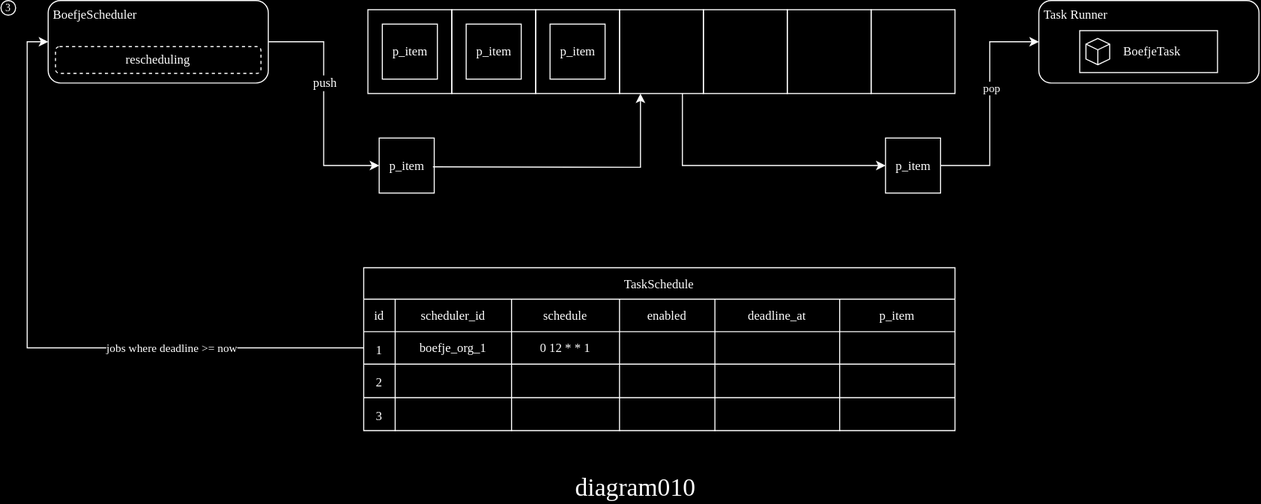
minvws/nl-kat-coordination keeps this draw.io diagram as mula/docs/img/diagram010.svg. Above is the earlier version. Source tidied: cells renumbered, new cells last; positions are measured from the earlier drawing's top-left corner, leaving out a move shared by most shapes.
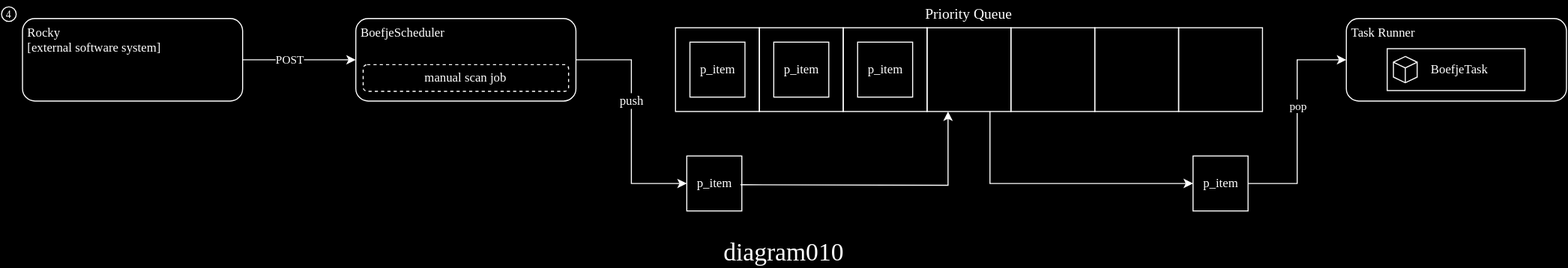
Later version of the same file.

What changed in the source:
```diff
@@ -2,43 +2,43 @@
   <root>
     <mxCell id="0" />
     <mxCell id="1" parent="0" />
-    <mxCell id="2" style="group;" parent="1" vertex="1">
-      <mxGeometry width="1200" height="480" as="geometry" />
+    <mxCell id="2" value="&lt;font face=&quot;Hack&quot; style=&quot;font-size: 24px;&quot;&gt;diagram010&lt;br&gt;&lt;/font&gt;" style="text;html=1;strokeColor=none;fillColor=none;align=center;verticalAlign=middle;whiteSpace=wrap;rounded=0;fontSize=24;" parent="1" vertex="1">
+      <mxGeometry width="181.3" height="30" as="geometry" />
     </mxCell>
-    <mxCell id="3" value="&lt;font face=&quot;Hack&quot; style=&quot;font-size: 24px;&quot;&gt;diagram010&lt;br&gt;&lt;/font&gt;" style="text;html=1;strokeColor=none;fillColor=none;align=center;verticalAlign=middle;whiteSpace=wrap;rounded=0;fontSize=24;" parent="2" vertex="1">
-      <mxGeometry x="515" y="450" width="181.3" height="30" as="geometry" />
+    <mxCell id="3" style="group;" parent="1" vertex="1">
+      <mxGeometry x="-655.9" y="-226" width="1493" height="201" as="geometry" />
     </mxCell>
-    <mxCell id="4" style="group;" parent="2" vertex="1">
-      <mxGeometry width="1200" height="410.5" as="geometry" />
+    <mxCell id="4" style="edgeStyle=orthogonalEdgeStyle;rounded=0;jettySize=auto;html=1;exitX=1;exitY=0.5;exitDx=0;exitDy=0;entryX=0.25;entryY=1;entryDx=0;entryDy=0;" parent="3" edge="1" target="17">
+      <mxGeometry relative="1" as="geometry">
+        <mxPoint x="705" y="176" as="sourcePoint" />
+      </mxGeometry>
     </mxCell>
-    <mxCell id="5" style="edgeStyle=orthogonalEdgeStyle;rounded=0;jettySize=auto;html=1;exitX=1;exitY=0.5;exitDx=0;exitDy=0;entryX=0.25;entryY=1;entryDx=0;entryDy=0;" parent="4" edge="1" target="17">
-      <mxGeometry relative="1" as="geometry">
-        <mxPoint x="412" y="158.7" as="sourcePoint" />
-      </mxGeometry>
+    <mxCell id="5" value="&lt;font face=&quot;Hack&quot; style=&quot;font-size: 14px;&quot;&gt;Priority Queue&lt;/font&gt;" style="text;html=1;strokeColor=none;fillColor=none;align=center;verticalAlign=middle;whiteSpace=wrap;rounded=0;fontSize=14;" parent="3" vertex="1">
+      <mxGeometry x="643" width="560" height="26" as="geometry" />
     </mxCell>
-    <mxCell id="6" value="&lt;font style=&quot;font-size: 12px;&quot;&gt;p_item&lt;/font&gt;" style="whiteSpace=wrap;html=1;fontFamily=Hack;fontSource=https%3A%2F%2Ffonts.googleapis.com%2Fcss%3Ffamily%3DHack;fontSize=7;fillColor=none;" parent="4" vertex="1">
-      <mxGeometry x="360.8" y="131.2" width="52.5" height="52.5" as="geometry" />
+    <mxCell id="6" value="&lt;font style=&quot;font-size: 12px;&quot;&gt;p_item&lt;/font&gt;" style="whiteSpace=wrap;html=1;fontFamily=Hack;fontSource=https%3A%2F%2Ffonts.googleapis.com%2Fcss%3Ffamily%3DHack;fontSize=7;fillColor=none;" parent="3" vertex="1">
+      <mxGeometry x="653.8" y="148.5" width="52.5" height="52.5" as="geometry" />
     </mxCell>
-    <mxCell id="7" style="edgeStyle=orthogonalEdgeStyle;rounded=0;jettySize=auto;html=1;exitX=1;exitY=0.5;exitDx=0;exitDy=0;entryX=0;entryY=0.5;entryDx=0;entryDy=0;" parent="4" edge="1" source="29" target="6">
+    <mxCell id="7" style="edgeStyle=orthogonalEdgeStyle;rounded=0;jettySize=auto;html=1;exitX=1;exitY=0.5;exitDx=0;exitDy=0;entryX=0;entryY=0.5;entryDx=0;entryDy=0;" parent="3" edge="1" source="29" target="6">
       <mxGeometry relative="1" as="geometry" />
     </mxCell>
     <mxCell id="8" value="&lt;font style=&quot;font-size: 12px;&quot; face=&quot;Hack&quot;&gt;push&lt;br&gt;&lt;/font&gt;" style="edgeLabel;html=1;align=center;verticalAlign=middle;" parent="7" vertex="1">
       <mxGeometry x="-0.18" relative="1" as="geometry" />
     </mxCell>
-    <mxCell id="9" value="&lt;font style=&quot;font-size: 12px;&quot;&gt;p_item&lt;/font&gt;" style="whiteSpace=wrap;html=1;fontFamily=Hack;fontSource=https%3A%2F%2Ffonts.googleapis.com%2Fcss%3Ffamily%3DHack;fontSize=7;fillColor=none;" parent="4" vertex="1">
-      <mxGeometry x="843.8" y="131.2" width="52.5" height="52.5" as="geometry" />
+    <mxCell id="9" value="&lt;font style=&quot;font-size: 12px;&quot;&gt;p_item&lt;/font&gt;" style="whiteSpace=wrap;html=1;fontFamily=Hack;fontSource=https%3A%2F%2Ffonts.googleapis.com%2Fcss%3Ffamily%3DHack;fontSize=7;fillColor=none;" parent="3" vertex="1">
+      <mxGeometry x="1136.7" y="148.5" width="52.5" height="52.5" as="geometry" />
     </mxCell>
-    <mxCell id="10" value="&lt;font face=&quot;Hack&quot;&gt;&amp;nbsp;Task Runner&lt;/font&gt;" style="rounded=1;whiteSpace=wrap;html=1;align=left;verticalAlign=top;fillColor=none;" parent="4" vertex="1">
-      <mxGeometry x="990" width="210" height="78.8" as="geometry" />
+    <mxCell id="10" value="&lt;font face=&quot;Hack&quot;&gt;&amp;nbsp;Task Runner&lt;/font&gt;" style="rounded=1;whiteSpace=wrap;html=1;align=left;verticalAlign=top;fillColor=none;" parent="3" vertex="1">
+      <mxGeometry x="1283" y="17.2" width="210" height="78.8" as="geometry" />
     </mxCell>
-    <mxCell id="11" style="edgeStyle=orthogonalEdgeStyle;rounded=0;jettySize=auto;html=1;entryX=0;entryY=0.5;entryDx=0;entryDy=0;exitX=1;exitY=0.5;exitDx=0;exitDy=0;" parent="4" edge="1" source="9" target="10">
+    <mxCell id="11" style="edgeStyle=orthogonalEdgeStyle;rounded=0;jettySize=auto;html=1;entryX=0;entryY=0.5;entryDx=0;entryDy=0;exitX=1;exitY=0.5;exitDx=0;exitDy=0;" parent="3" edge="1" source="9" target="10">
       <mxGeometry relative="1" as="geometry" />
     </mxCell>
     <mxCell id="12" value="&lt;font face=&quot;Hack&quot;&gt;pop&lt;br&gt;&lt;/font&gt;" style="edgeLabel;html=1;align=center;verticalAlign=middle;" parent="11" vertex="1">
       <mxGeometry x="0.15" y="-1" relative="1" as="geometry" />
     </mxCell>
-    <mxCell id="13" style="group;" parent="4" vertex="1">
-      <mxGeometry x="350" y="8.8" width="480" height="80" as="geometry" />
+    <mxCell id="13" style="group;" parent="3" vertex="1">
+      <mxGeometry x="643" y="26" width="480" height="80" as="geometry" />
     </mxCell>
     <mxCell id="14" style="whiteSpace=wrap;html=1;fillColor=none;" parent="13" vertex="1">
       <mxGeometry width="80" height="80" as="geometry" />
@@ -67,14 +67,14 @@
     <mxCell id="22" value="&lt;font style=&quot;font-size: 12px;&quot;&gt;p_item&lt;/font&gt;" style="whiteSpace=wrap;html=1;fontFamily=Hack;fontSource=https%3A%2F%2Ffonts.googleapis.com%2Fcss%3Ffamily%3DHack;fontSize=7;fillColor=none;" parent="13" vertex="1">
       <mxGeometry x="173.7" y="13.8" width="52.5" height="52.5" as="geometry" />
     </mxCell>
-    <mxCell id="23" style="edgeStyle=orthogonalEdgeStyle;rounded=0;jettySize=auto;html=1;exitX=0.75;exitY=1;exitDx=0;exitDy=0;entryX=0;entryY=0.5;entryDx=0;entryDy=0;" parent="4" edge="1" source="17" target="9">
+    <mxCell id="23" style="edgeStyle=orthogonalEdgeStyle;rounded=0;jettySize=auto;html=1;exitX=0.75;exitY=1;exitDx=0;exitDy=0;entryX=0;entryY=0.5;entryDx=0;entryDy=0;" parent="3" edge="1" source="17" target="9">
       <mxGeometry relative="1" as="geometry" />
     </mxCell>
-    <mxCell id="24" style="whiteSpace=wrap;html=1;fillColor=none;" parent="4" vertex="1">
-      <mxGeometry x="830" y="8.8" width="80" height="80" as="geometry" />
+    <mxCell id="24" style="whiteSpace=wrap;html=1;fillColor=none;" parent="3" vertex="1">
+      <mxGeometry x="1123" y="26" width="80" height="80" as="geometry" />
     </mxCell>
-    <mxCell id="25" style="group;" parent="4" vertex="1">
-      <mxGeometry x="1029" y="28.8" width="131.4" height="40" as="geometry" />
+    <mxCell id="25" style="group;" parent="3" vertex="1">
+      <mxGeometry x="1322" y="46" width="131.4" height="40" as="geometry" />
     </mxCell>
     <mxCell id="26" style="rounded=0;whiteSpace=wrap;html=1;align=left;fillColor=none;" parent="25" vertex="1">
       <mxGeometry width="131.4" height="40" as="geometry" />
@@ -85,109 +85,23 @@
     <mxCell id="28" value="&lt;font face=&quot;Hack&quot;&gt;BoefjeTask&lt;/font&gt;" style="text;html=1;strokeColor=none;fillColor=none;align=left;verticalAlign=middle;whiteSpace=wrap;rounded=0;" parent="25" vertex="1">
       <mxGeometry x="40" y="2.9" width="91.4" height="34.3" as="geometry" />
     </mxCell>
-    <mxCell id="29" value="&amp;nbsp;BoefjeScheduler" style="rounded=1;align=left;verticalAlign=top;labelBackgroundColor=none;whiteSpace=wrap;html=1;labelBorderColor=none;fillStyle=auto;fillColor=none;fontFamily=Hack;fontSource=https%3A%2F%2Ffonts.googleapis.com%2Fcss%3Ffamily%3DHack;" parent="4" vertex="1">
-      <mxGeometry x="45" width="210" height="78.8" as="geometry" />
+    <mxCell id="29" value="&amp;nbsp;BoefjeScheduler" style="rounded=1;align=left;verticalAlign=top;labelBackgroundColor=none;whiteSpace=wrap;html=1;labelBorderColor=none;fillStyle=auto;fillColor=none;fontFamily=Hack;fontSource=https%3A%2F%2Ffonts.googleapis.com%2Fcss%3Ffamily%3DHack;" parent="3" vertex="1">
+      <mxGeometry x="338" y="17.2" width="210" height="78.8" as="geometry" />
     </mxCell>
-    <mxCell id="30" value="rescheduling" style="rounded=1;whiteSpace=wrap;html=1;fillColor=none;dashed=1;fontFamily=Hack;fontSource=https%3A%2F%2Ffonts.googleapis.com%2Fcss%3Ffamily%3DHack;" parent="4" vertex="1">
-      <mxGeometry x="52" y="44" width="196" height="25.5" as="geometry" />
+    <mxCell id="30" value="manual scan job" style="rounded=1;whiteSpace=wrap;html=1;fillColor=none;dashed=1;fontFamily=Hack;fontSource=https%3A%2F%2Ffonts.googleapis.com%2Fcss%3Ffamily%3DHack;" parent="3" vertex="1">
+      <mxGeometry x="345" y="61.2" width="196" height="25.5" as="geometry" />
     </mxCell>
-    <mxCell id="31" value="TaskSchedule" style="shape=table;startSize=30;strokeColor=default;fontSize=12;fontFamily=Hack;fontSource=https%3A%2F%2Ffonts.googleapis.com%2Fcss%3Ffamily%3DHack;" parent="4" vertex="1">
-      <mxGeometry x="346" y="255" width="564" height="155.5" as="geometry" />
+    <mxCell id="31" style="edgeStyle=orthogonalEdgeStyle;rounded=0;jettySize=auto;html=1;exitX=1;exitY=0.5;exitDx=0;exitDy=0;entryX=0;entryY=0.5;entryDx=0;entryDy=0;" parent="3" edge="1" source="33" target="29">
+      <mxGeometry relative="1" as="geometry" />
     </mxCell>
-    <mxCell id="32" style="shape=tableRow;horizontal=0;startSize=0;swimlaneHead=0;swimlaneBody=0;strokeColor=inherit;top=0;left=0;bottom=0;right=0;fillColor=none;fontSize=16;" parent="31" vertex="1">
-      <mxGeometry y="30" width="564" height="31" as="geometry" />
+    <mxCell id="32" value="&lt;font face=&quot;Hack&quot;&gt;POST&lt;br&gt;&lt;/font&gt;" style="edgeLabel;html=1;align=center;verticalAlign=middle;" parent="31" vertex="1">
+      <mxGeometry x="-0.17" relative="1" as="geometry" />
     </mxCell>
-    <mxCell id="33" value="id" style="shape=partialRectangle;html=1;whiteSpace=wrap;strokeColor=inherit;overflow=hidden;fillColor=none;top=0;left=0;bottom=0;right=0;fontSize=12;fontFamily=Hack;fontSource=https%3A%2F%2Ffonts.googleapis.com%2Fcss%3Ffamily%3DHack;" parent="32" vertex="1">
-      <mxGeometry width="30" height="31" as="geometry" />
+    <mxCell id="33" value="&lt;font face=&quot;Hack&quot;&gt;&amp;nbsp;Rocky&lt;br&gt;&amp;nbsp;[external software system]&lt;br&gt;&lt;/font&gt;" style="rounded=1;whiteSpace=wrap;html=1;align=left;verticalAlign=top;fillColor=none;" parent="3" vertex="1">
+      <mxGeometry x="20" y="17.2" width="210" height="78.8" as="geometry" />
     </mxCell>
-    <mxCell id="34" value="scheduler_id" style="shape=partialRectangle;html=1;whiteSpace=wrap;strokeColor=inherit;overflow=hidden;fillColor=none;top=0;left=0;bottom=0;right=0;fontSize=12;fontFamily=Hack;fontSource=https%3A%2F%2Ffonts.googleapis.com%2Fcss%3Ffamily%3DHack;" parent="32" vertex="1">
-      <mxGeometry x="30" width="111" height="31" as="geometry" />
+    <mxCell id="34" value="&lt;font face=&quot;Hack&quot; style=&quot;font-size: 10px;&quot;&gt;4&lt;/font&gt;" style="ellipse;whiteSpace=wrap;html=1;fillColor=none;" parent="3" vertex="1">
+      <mxGeometry y="6" width="14" height="14" as="geometry" />
     </mxCell>
-    <mxCell id="35" value="schedule" style="shape=partialRectangle;html=1;whiteSpace=wrap;strokeColor=inherit;overflow=hidden;fillColor=none;top=0;left=0;bottom=0;right=0;fontSize=12;fontFamily=Hack;fontSource=https%3A%2F%2Ffonts.googleapis.com%2Fcss%3Ffamily%3DHack;" parent="32" vertex="1">
-      <mxGeometry x="141" width="103" height="31" as="geometry" />
-    </mxCell>
-    <mxCell id="36" value="enabled" style="shape=partialRectangle;html=1;whiteSpace=wrap;strokeColor=inherit;overflow=hidden;fillColor=none;top=0;left=0;bottom=0;right=0;fontSize=12;fontFamily=Hack;fontSource=https%3A%2F%2Ffonts.googleapis.com%2Fcss%3Ffamily%3DHack;" parent="32" vertex="1">
-      <mxGeometry x="244" width="91" height="31" as="geometry" />
-    </mxCell>
-    <mxCell id="37" value="deadline_at" style="shape=partialRectangle;html=1;whiteSpace=wrap;strokeColor=inherit;overflow=hidden;fillColor=none;top=0;left=0;bottom=0;right=0;fontSize=12;fontFamily=Hack;fontSource=https%3A%2F%2Ffonts.googleapis.com%2Fcss%3Ffamily%3DHack;" parent="32" vertex="1">
-      <mxGeometry x="335" width="119" height="31" as="geometry" />
-    </mxCell>
-    <mxCell id="38" value="p_item" style="shape=partialRectangle;html=1;whiteSpace=wrap;strokeColor=inherit;overflow=hidden;fillColor=none;top=0;left=0;bottom=0;right=0;fontSize=12;fontFamily=Hack;fontSource=https%3A%2F%2Ffonts.googleapis.com%2Fcss%3Ffamily%3DHack;" parent="32" vertex="1">
-      <mxGeometry x="454" width="110" height="31" as="geometry" />
-    </mxCell>
-    <mxCell id="39" style="shape=tableRow;horizontal=0;startSize=0;swimlaneHead=0;swimlaneBody=0;strokeColor=inherit;top=0;left=0;bottom=0;right=0;fillColor=none;points=[[0,0.5],[1,0.5]];portConstraint=eastwest;fontSize=16;" parent="31" vertex="1">
-      <mxGeometry y="61" width="564" height="31" as="geometry" />
-    </mxCell>
-    <mxCell id="40" value="&lt;font style=&quot;font-size: 12px;&quot;&gt;1&lt;/font&gt;" style="shape=partialRectangle;html=1;whiteSpace=wrap;strokeColor=inherit;overflow=hidden;fillColor=none;top=0;left=0;bottom=0;right=0;fontSize=16;fontFamily=Hack;fontSource=https%3A%2F%2Ffonts.googleapis.com%2Fcss%3Ffamily%3DHack;" parent="39" vertex="1">
-      <mxGeometry width="30" height="31" as="geometry" />
-    </mxCell>
-    <mxCell id="41" value="boefje_org_1" style="shape=partialRectangle;html=1;whiteSpace=wrap;strokeColor=inherit;overflow=hidden;fillColor=none;top=0;left=0;bottom=0;right=0;fontSize=12;fontFamily=Hack;fontSource=https%3A%2F%2Ffonts.googleapis.com%2Fcss%3Ffamily%3DHack;" parent="39" vertex="1">
-      <mxGeometry x="30" width="111" height="31" as="geometry" />
-    </mxCell>
-    <mxCell id="42" value="0 12 * * 1" style="shape=partialRectangle;html=1;whiteSpace=wrap;strokeColor=inherit;overflow=hidden;fillColor=none;top=0;left=0;bottom=0;right=0;fontSize=12;fontFamily=Hack;fontSource=https%3A%2F%2Ffonts.googleapis.com%2Fcss%3Ffamily%3DHack;" parent="39" vertex="1">
-      <mxGeometry x="141" width="103" height="31" as="geometry" />
-    </mxCell>
-    <mxCell id="43" style="shape=partialRectangle;html=1;whiteSpace=wrap;strokeColor=inherit;overflow=hidden;fillColor=none;top=0;left=0;bottom=0;right=0;fontSize=12;fontFamily=Hack;fontSource=https%3A%2F%2Ffonts.googleapis.com%2Fcss%3Ffamily%3DHack;" parent="39" vertex="1">
-      <mxGeometry x="244" width="91" height="31" as="geometry" />
-    </mxCell>
-    <mxCell id="44" style="shape=partialRectangle;html=1;whiteSpace=wrap;strokeColor=inherit;overflow=hidden;fillColor=none;top=0;left=0;bottom=0;right=0;fontSize=12;fontFamily=Hack;fontSource=https%3A%2F%2Ffonts.googleapis.com%2Fcss%3Ffamily%3DHack;" parent="39" vertex="1">
-      <mxGeometry x="335" width="119" height="31" as="geometry" />
-    </mxCell>
-    <mxCell id="45" style="shape=partialRectangle;html=1;whiteSpace=wrap;strokeColor=inherit;overflow=hidden;fillColor=none;top=0;left=0;bottom=0;right=0;fontSize=12;fontFamily=Hack;fontSource=https%3A%2F%2Ffonts.googleapis.com%2Fcss%3Ffamily%3DHack;" parent="39" vertex="1">
-      <mxGeometry x="454" width="110" height="31" as="geometry" />
-    </mxCell>
-    <mxCell id="46" style="shape=tableRow;horizontal=0;startSize=0;swimlaneHead=0;swimlaneBody=0;strokeColor=inherit;top=0;left=0;bottom=0;right=0;fillColor=none;fontSize=16;" parent="31" vertex="1">
-      <mxGeometry y="92" width="564" height="32" as="geometry" />
-    </mxCell>
-    <mxCell id="47" value="&lt;font style=&quot;font-size: 12px;&quot;&gt;2&lt;/font&gt;" style="shape=partialRectangle;html=1;whiteSpace=wrap;strokeColor=inherit;overflow=hidden;fillColor=none;top=0;left=0;bottom=0;right=0;fontSize=16;fontFamily=Hack;fontSource=https%3A%2F%2Ffonts.googleapis.com%2Fcss%3Ffamily%3DHack;" parent="46" vertex="1">
-      <mxGeometry width="30" height="32" as="geometry" />
-    </mxCell>
-    <mxCell id="48" style="shape=partialRectangle;html=1;whiteSpace=wrap;strokeColor=inherit;overflow=hidden;fillColor=none;top=0;left=0;bottom=0;right=0;fontSize=12;fontFamily=Hack;fontSource=https%3A%2F%2Ffonts.googleapis.com%2Fcss%3Ffamily%3DHack;" parent="46" vertex="1">
-      <mxGeometry x="30" width="111" height="32" as="geometry" />
-    </mxCell>
-    <mxCell id="49" style="shape=partialRectangle;html=1;whiteSpace=wrap;strokeColor=inherit;overflow=hidden;fillColor=none;top=0;left=0;bottom=0;right=0;fontSize=12;fontFamily=Hack;fontSource=https%3A%2F%2Ffonts.googleapis.com%2Fcss%3Ffamily%3DHack;" parent="46" vertex="1">
-      <mxGeometry x="141" width="103" height="32" as="geometry" />
-    </mxCell>
-    <mxCell id="50" style="shape=partialRectangle;html=1;whiteSpace=wrap;strokeColor=inherit;overflow=hidden;fillColor=none;top=0;left=0;bottom=0;right=0;fontSize=12;fontFamily=Hack;fontSource=https%3A%2F%2Ffonts.googleapis.com%2Fcss%3Ffamily%3DHack;" parent="46" vertex="1">
-      <mxGeometry x="244" width="91" height="32" as="geometry" />
-    </mxCell>
-    <mxCell id="51" style="shape=partialRectangle;html=1;whiteSpace=wrap;strokeColor=inherit;overflow=hidden;fillColor=none;top=0;left=0;bottom=0;right=0;fontSize=12;fontFamily=Hack;fontSource=https%3A%2F%2Ffonts.googleapis.com%2Fcss%3Ffamily%3DHack;" parent="46" vertex="1">
-      <mxGeometry x="335" width="119" height="32" as="geometry" />
-    </mxCell>
-    <mxCell id="52" style="shape=partialRectangle;html=1;whiteSpace=wrap;strokeColor=inherit;overflow=hidden;fillColor=none;top=0;left=0;bottom=0;right=0;fontSize=12;fontFamily=Hack;fontSource=https%3A%2F%2Ffonts.googleapis.com%2Fcss%3Ffamily%3DHack;" parent="46" vertex="1">
-      <mxGeometry x="454" width="110" height="32" as="geometry" />
-    </mxCell>
-    <mxCell id="53" style="shape=tableRow;horizontal=0;startSize=0;swimlaneHead=0;swimlaneBody=0;strokeColor=inherit;top=0;left=0;bottom=0;right=0;fillColor=none;fontSize=16;" parent="31" vertex="1">
-      <mxGeometry y="124" width="564" height="32" as="geometry" />
-    </mxCell>
-    <mxCell id="54" value="&lt;font style=&quot;font-size: 12px;&quot;&gt;3&lt;/font&gt;" style="shape=partialRectangle;html=1;whiteSpace=wrap;strokeColor=inherit;overflow=hidden;fillColor=none;top=0;left=0;bottom=0;right=0;fontSize=16;fontFamily=Hack;fontSource=https%3A%2F%2Ffonts.googleapis.com%2Fcss%3Ffamily%3DHack;" parent="53" vertex="1">
-      <mxGeometry width="30" height="32" as="geometry" />
-    </mxCell>
-    <mxCell id="55" style="shape=partialRectangle;html=1;whiteSpace=wrap;strokeColor=inherit;overflow=hidden;fillColor=none;top=0;left=0;bottom=0;right=0;fontSize=12;fontFamily=Hack;fontSource=https%3A%2F%2Ffonts.googleapis.com%2Fcss%3Ffamily%3DHack;" parent="53" vertex="1">
-      <mxGeometry x="30" width="111" height="32" as="geometry" />
-    </mxCell>
-    <mxCell id="56" style="shape=partialRectangle;html=1;whiteSpace=wrap;strokeColor=inherit;overflow=hidden;fillColor=none;top=0;left=0;bottom=0;right=0;fontSize=12;fontFamily=Hack;fontSource=https%3A%2F%2Ffonts.googleapis.com%2Fcss%3Ffamily%3DHack;" parent="53" vertex="1">
-      <mxGeometry x="141" width="103" height="32" as="geometry" />
-    </mxCell>
-    <mxCell id="57" style="shape=partialRectangle;html=1;whiteSpace=wrap;strokeColor=inherit;overflow=hidden;fillColor=none;top=0;left=0;bottom=0;right=0;fontSize=12;fontFamily=Hack;fontSource=https%3A%2F%2Ffonts.googleapis.com%2Fcss%3Ffamily%3DHack;" parent="53" vertex="1">
-      <mxGeometry x="244" width="91" height="32" as="geometry" />
-    </mxCell>
-    <mxCell id="58" style="shape=partialRectangle;html=1;whiteSpace=wrap;strokeColor=inherit;overflow=hidden;fillColor=none;top=0;left=0;bottom=0;right=0;fontSize=12;fontFamily=Hack;fontSource=https%3A%2F%2Ffonts.googleapis.com%2Fcss%3Ffamily%3DHack;" parent="53" vertex="1">
-      <mxGeometry x="335" width="119" height="32" as="geometry" />
-    </mxCell>
-    <mxCell id="59" style="shape=partialRectangle;html=1;whiteSpace=wrap;strokeColor=inherit;overflow=hidden;fillColor=none;top=0;left=0;bottom=0;right=0;fontSize=12;fontFamily=Hack;fontSource=https%3A%2F%2Ffonts.googleapis.com%2Fcss%3Ffamily%3DHack;" parent="53" vertex="1">
-      <mxGeometry x="454" width="110" height="32" as="geometry" />
-    </mxCell>
-    <mxCell id="60" style="edgeStyle=orthogonalEdgeStyle;rounded=0;jettySize=auto;html=1;exitX=0;exitY=0.5;exitDx=0;exitDy=0;entryX=0;entryY=0.5;entryDx=0;entryDy=0;" parent="4" edge="1" source="39" target="29">
-      <mxGeometry relative="1" as="geometry" />
-    </mxCell>
-    <mxCell id="61" value="&lt;font face=&quot;Hack&quot;&gt;jobs where deadline &amp;gt;= now&lt;/font&gt;" style="edgeLabel;html=1;align=center;verticalAlign=middle;" parent="60" vertex="1">
-      <mxGeometry x="-0.23" y="1" relative="1" as="geometry">
-        <mxPoint x="59" y="-1" as="offset" />
-      </mxGeometry>
-    </mxCell>
-    <mxCell id="62" value="&lt;font face=&quot;Hack&quot; style=&quot;font-size: 10px;&quot;&gt;3&lt;/font&gt;" style="ellipse;whiteSpace=wrap;html=1;fillColor=none;" parent="4" vertex="1">
-      <mxGeometry width="14" height="14" as="geometry" />
-    </mxCell>
   </root>
 </mxGraphModel>
```
